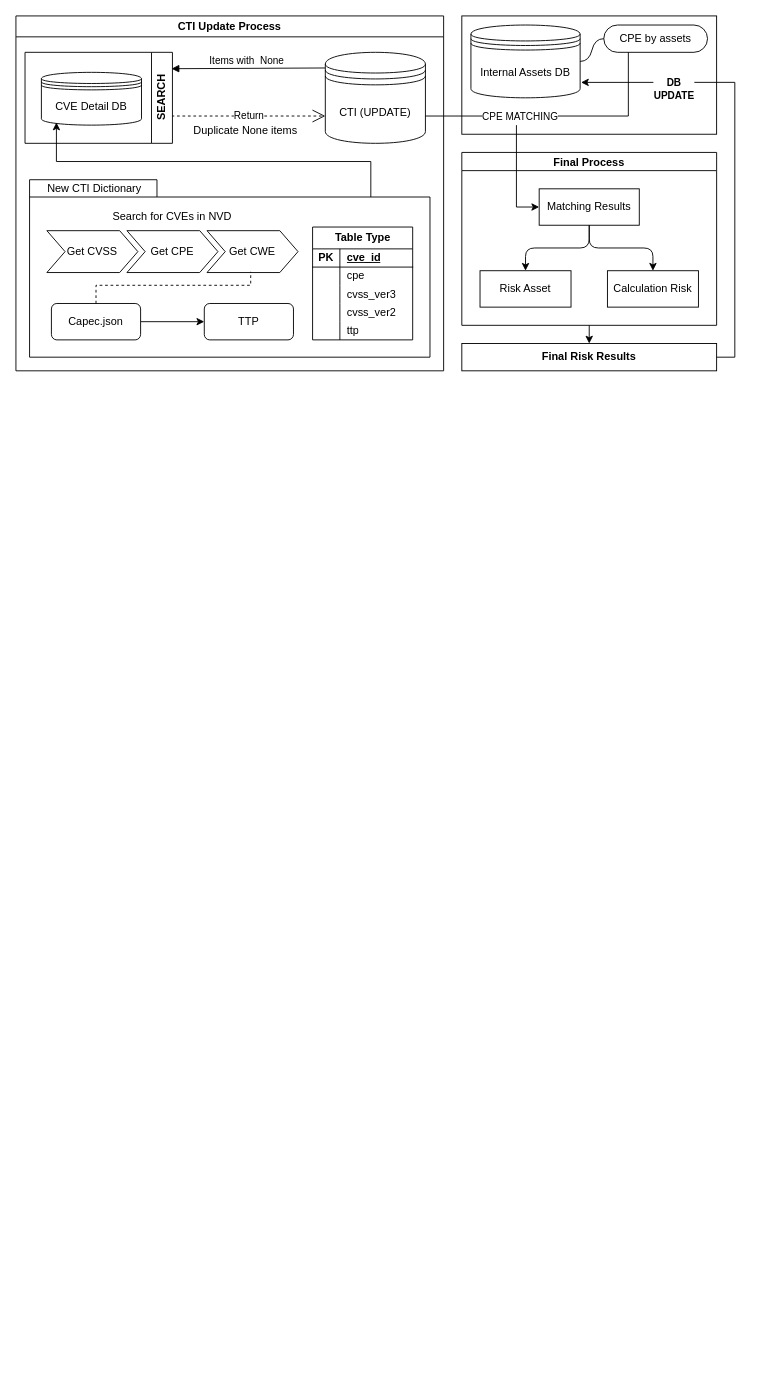
Before: 제목 없는 다이어그램.drawio in hyeonsu666/capston1, a draw.io diagram. Source tidied: cells renumbered, new cells numbered last; positions are measured from the earlier drawing's top-left corner, leaving out a move shared by most shapes. Both pictures are drawn from the tidied source at 91%, with x=0, y=0 at pixel (15, 15).
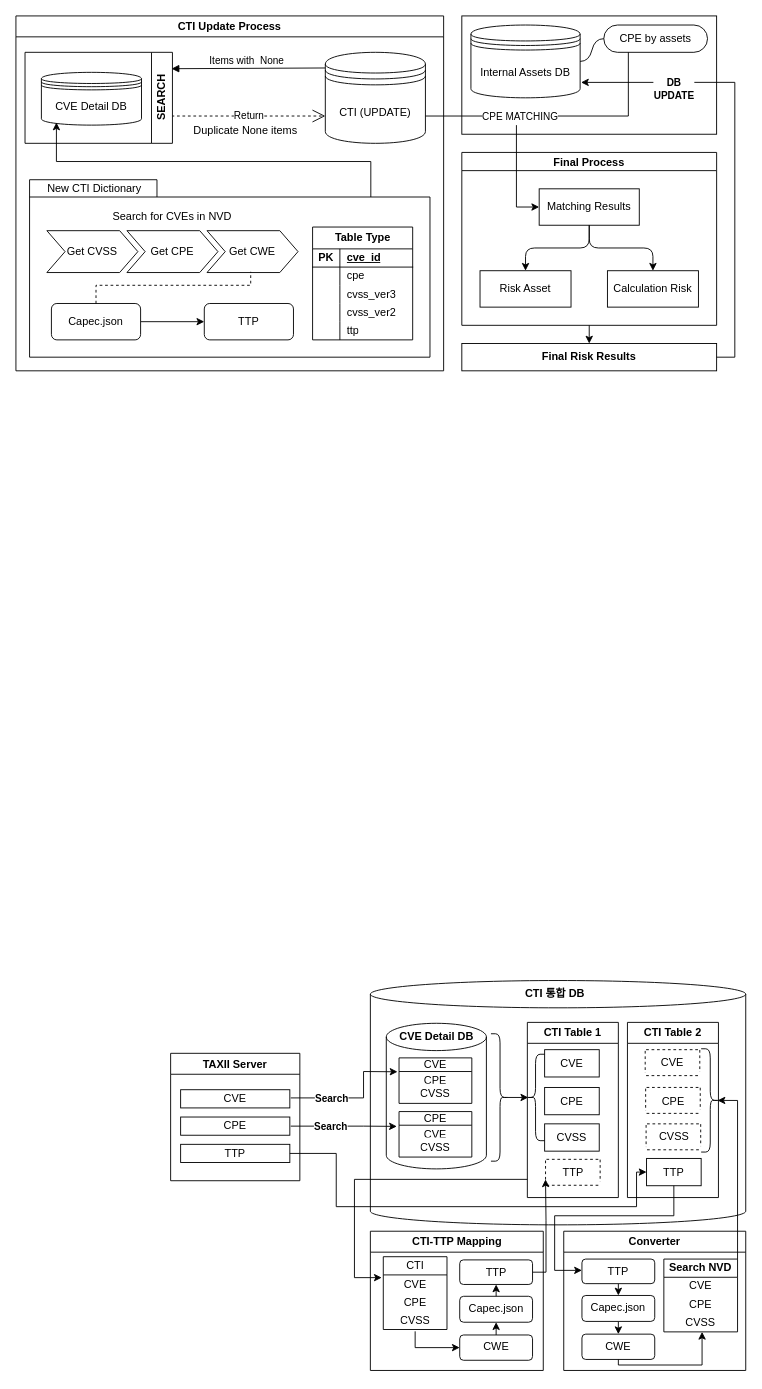
After the change.

Commit message:
제목 없는 다이어그램.drawio 업데이트

Diff of the diagram source:
```diff
@@
+    <mxCell id="53" style="shape=cylinder3;whiteSpace=wrap;html=1;boundedLbl=1;backgroundOutline=1;size=15;" parent="1" vertex="1">
+      <mxGeometry x="389.5" y="1060" width="412.5" height="268.5" as="geometry" />
+    </mxCell>
+    <mxCell id="54" style="shape=cylinder3;whiteSpace=wrap;html=1;boundedLbl=1;backgroundOutline=1;size=15;" parent="1" vertex="1">
+      <mxGeometry x="407" y="1107" width="110" height="160" as="geometry" />
+    </mxCell>
@@
+    <mxCell id="55" value="TAXII Server" style="swimlane;" parent="1" vertex="1">
+      <mxGeometry x="170" y="1140" width="142" height="140" as="geometry" />
+    </mxCell>
+    <mxCell id="56" value="CVE" style="rounded=0;whiteSpace=wrap;html=1;" parent="55" vertex="1">
+      <mxGeometry x="11" y="40" width="120" height="20" as="geometry" />
+    </mxCell>
+    <mxCell id="57" value="CPE" style="rounded=0;whiteSpace=wrap;html=1;" parent="55" vertex="1">
+      <mxGeometry x="11" y="70" width="120" height="20" as="geometry" />
+    </mxCell>
+    <mxCell id="58" value="TTP" style="rounded=0;whiteSpace=wrap;html=1;" parent="55" vertex="1">
+      <mxGeometry x="11" y="100" width="120" height="20" as="geometry" />
+    </mxCell>
+    <mxCell id="59" style="ellipse;whiteSpace=wrap;html=1;align=center;fillColor=none;strokeColor=none;perimeter=centerPerimeter;" parent="1" vertex="1">
+      <mxGeometry x="552" y="1220" width="10" height="10" as="geometry" />
+    </mxCell>
+    <mxCell id="60" value="&lt;b&gt;CVE Detail DB&lt;/b&gt;" style="text;html=1;align=center;verticalAlign=middle;strokeColor=none;fillColor=none;" parent="1" vertex="1">
+      <mxGeometry x="412" y="1107" width="100" height="30" as="geometry" />
+    </mxCell>
+    <mxCell id="61" value="CVE" style="swimlane;fontStyle=0;horizontal=1;startSize=15;whiteSpace=wrap;html=1;" parent="1" vertex="1">
+      <mxGeometry x="421" y="1145" width="80" height="50" as="geometry" />
+    </mxCell>
+    <mxCell id="62" value="CPE" style="text;strokeColor=none;fillColor=none;align=center;verticalAlign=middle;spacingLeft=4;spacingRight=4;overflow=hidden;points=[[0,0.5],[1,0.5]];portConstraint=eastwest;whiteSpace=wrap;html=1;" parent="61" vertex="1">
+      <mxGeometry y="15" width="80" height="15" as="geometry" />
+    </mxCell>
+    <mxCell id="63" value="CVSS" style="text;strokeColor=none;fillColor=none;align=center;verticalAlign=middle;spacingLeft=4;spacingRight=4;overflow=hidden;whiteSpace=wrap;html=1;" parent="61" vertex="1">
+      <mxGeometry y="30" width="80" height="20" as="geometry" />
+    </mxCell>
+    <mxCell id="64" value="CPE" style="swimlane;fontStyle=0;horizontal=1;startSize=15;whiteSpace=wrap;html=1;" parent="1" vertex="1">
+      <mxGeometry x="421" y="1204" width="80" height="50" as="geometry" />
+    </mxCell>
+    <mxCell id="65" value="CVE" style="text;strokeColor=none;fillColor=none;align=center;verticalAlign=middle;spacingLeft=4;spacingRight=4;overflow=hidden;points=[[0,0.5],[1,0.5]];portConstraint=eastwest;whiteSpace=wrap;html=1;" parent="64" vertex="1">
+      <mxGeometry y="15" width="80" height="15" as="geometry" />
+    </mxCell>
+    <mxCell id="66" value="CVSS" style="text;strokeColor=none;fillColor=none;align=center;verticalAlign=middle;spacingLeft=4;spacingRight=4;overflow=hidden;whiteSpace=wrap;html=1;" parent="64" vertex="1">
+      <mxGeometry y="30" width="80" height="20" as="geometry" />
+    </mxCell>
+    <mxCell id="67" style="endArrow=classic;html=1;rounded=0;entryX=-0.021;entryY=0.019;entryDx=0;entryDy=0;entryPerimeter=0;" parent="1" edge="1" target="62">
+      <mxGeometry relative="1" as="geometry">
+        <mxPoint x="302" y="1189" as="sourcePoint" />
+        <Array as="points">
+          <mxPoint x="382" y="1189" />
+          <mxPoint x="382" y="1160" />
+        </Array>
+      </mxGeometry>
+    </mxCell>
+    <mxCell id="68" value="&lt;b&gt;Search&lt;/b&gt;" style="edgeLabel;html=1;align=center;verticalAlign=middle;" parent="67" vertex="1">
+      <mxGeometry relative="1" as="geometry">
+        <mxPoint x="-29" as="offset" />
+      </mxGeometry>
+    </mxCell>
+    <mxCell id="69" style="endArrow=classic;html=1;rounded=0;entryX=-0.03;entryY=0.086;entryDx=0;entryDy=0;entryPerimeter=0;" parent="1" edge="1" target="65">
+      <mxGeometry relative="1" as="geometry">
+        <mxPoint x="302" y="1220" as="sourcePoint" />
+        <Array as="points">
+          <mxPoint x="382" y="1220" />
+        </Array>
+      </mxGeometry>
+    </mxCell>
+    <mxCell id="70" value="&lt;b&gt;Search&lt;/b&gt;" style="edgeLabel;html=1;align=center;verticalAlign=middle;" parent="69" vertex="1">
+      <mxGeometry relative="1" as="geometry">
+        <mxPoint x="-15" as="offset" />
+      </mxGeometry>
+    </mxCell>
+    <mxCell id="71" value="&lt;b&gt;CTI 통합 DB&lt;/b&gt;" style="text;html=1;align=center;verticalAlign=middle;strokeColor=none;fillColor=none;" parent="1" vertex="1">
+      <mxGeometry x="547" y="1060" width="90" height="30" as="geometry" />
+    </mxCell>
+    <mxCell id="72" style="shape=curlyBracket;whiteSpace=wrap;html=1;rounded=1;flipH=1;labelPosition=right;verticalLabelPosition=middle;align=left;verticalAlign=middle;" parent="1" vertex="1">
+      <mxGeometry x="522" y="1118.5" width="20" height="140" as="geometry" />
+    </mxCell>
+    <mxCell id="73" style="edgeStyle=orthogonalEdgeStyle;rounded=0;orthogonalLoop=1;jettySize=auto;html=1;" parent="1" edge="1">
+      <mxGeometry relative="1" as="geometry">
+        <mxPoint x="562" y="1278.5" as="sourcePoint" />
+        <mxPoint x="402" y="1386.5" as="targetPoint" />
+        <Array as="points">
+          <mxPoint x="562" y="1278.5" />
+          <mxPoint x="372" y="1278.5" />
+          <mxPoint x="372" y="1386.5" />
+        </Array>
+      </mxGeometry>
+    </mxCell>
+    <mxCell id="74" value="CTI Table 1" style="swimlane;whiteSpace=wrap;html=1;" parent="1" vertex="1">
+      <mxGeometry x="562" y="1106" width="100" height="192.5" as="geometry" />
+    </mxCell>
+    <mxCell id="75" value="CVE" style="rounded=0;whiteSpace=wrap;html=1;" parent="74" vertex="1">
+      <mxGeometry x="19" y="30" width="60" height="30" as="geometry" />
+    </mxCell>
+    <mxCell id="76" value="CPE" style="rounded=0;whiteSpace=wrap;html=1;" parent="74" vertex="1">
+      <mxGeometry x="19" y="71.5" width="60" height="30" as="geometry" />
+    </mxCell>
+    <mxCell id="77" value="CVSS" style="rounded=0;whiteSpace=wrap;html=1;" parent="74" vertex="1">
+      <mxGeometry x="19" y="111.5" width="60" height="30" as="geometry" />
+    </mxCell>
+    <mxCell id="78" style="shape=curlyBracket;whiteSpace=wrap;html=1;rounded=1;labelPosition=left;verticalLabelPosition=middle;align=right;verticalAlign=middle;" parent="74" vertex="1">
+      <mxGeometry x="-1" y="35" width="20" height="95" as="geometry" />
+    </mxCell>
+    <mxCell id="79" style="endArrow=none;dashed=1;html=1;rounded=0;" parent="74" edge="1">
+      <mxGeometry relative="1" as="geometry">
+        <mxPoint x="21" y="150.5" as="sourcePoint" />
+        <mxPoint x="81" y="150.5" as="targetPoint" />
+      </mxGeometry>
+    </mxCell>
+    <mxCell id="80" style="endArrow=none;dashed=1;html=1;rounded=0;" parent="74" edge="1">
+      <mxGeometry relative="1" as="geometry">
+        <mxPoint x="21" y="179" as="sourcePoint" />
+        <mxPoint x="81" y="179" as="targetPoint" />
+      </mxGeometry>
+    </mxCell>
+    <mxCell id="81" style="endArrow=none;dashed=1;html=1;rounded=0;" parent="74" edge="1">
+      <mxGeometry relative="1" as="geometry">
+        <mxPoint x="20" y="151.8" as="sourcePoint" />
+        <mxPoint x="20" y="176" as="targetPoint" />
+      </mxGeometry>
+    </mxCell>
+    <mxCell id="82" style="endArrow=none;dashed=1;html=1;rounded=0;" parent="74" edge="1">
+      <mxGeometry relative="1" as="geometry">
+        <mxPoint x="80" y="150.8" as="sourcePoint" />
+        <mxPoint x="80" y="175" as="targetPoint" />
+      </mxGeometry>
+    </mxCell>
+    <mxCell id="83" style="edgeStyle=orthogonalEdgeStyle;rounded=0;jettySize=auto;html=1;exitX=0.1;exitY=0.5;exitDx=0;exitDy=0;exitPerimeter=0;entryX=0.1;entryY=0.5;entryDx=0;entryDy=0;entryPerimeter=0;" parent="1" edge="1" source="72" target="78">
+      <mxGeometry relative="1" as="geometry" />
+    </mxCell>
+    <mxCell id="84" value="TTP" style="text;html=1;align=center;verticalAlign=middle;strokeColor=none;fillColor=none;" parent="1" vertex="1">
+      <mxGeometry x="587" y="1255.5" width="50" height="30" as="geometry" />
+    </mxCell>
+    <mxCell id="85" value="CTI Table 2" style="swimlane;whiteSpace=wrap;html=1;" parent="1" vertex="1">
+      <mxGeometry x="672" y="1106" width="100" height="192.5" as="geometry" />
+    </mxCell>
+    <mxCell id="86" value="TTP" style="rounded=0;whiteSpace=wrap;html=1;" parent="85" vertex="1">
+      <mxGeometry x="21" y="149.5" width="60" height="30" as="geometry" />
+    </mxCell>
+    <mxCell id="87" style="endArrow=none;dashed=1;html=1;rounded=0;" parent="85" edge="1">
+      <mxGeometry relative="1" as="geometry">
+        <mxPoint x="20.5" y="30" as="sourcePoint" />
+        <mxPoint x="80.5" y="30" as="targetPoint" />
+      </mxGeometry>
+    </mxCell>
+    <mxCell id="88" style="endArrow=none;dashed=1;html=1;rounded=0;" parent="85" edge="1">
+      <mxGeometry relative="1" as="geometry">
+        <mxPoint x="20.5" y="58.5" as="sourcePoint" />
+        <mxPoint x="80.5" y="58.5" as="targetPoint" />
+      </mxGeometry>
+    </mxCell>
+    <mxCell id="89" style="endArrow=none;dashed=1;html=1;rounded=0;" parent="85" edge="1">
+      <mxGeometry relative="1" as="geometry">
+        <mxPoint x="19.5" y="31.3" as="sourcePoint" />
+        <mxPoint x="19.5" y="55.5" as="targetPoint" />
+      </mxGeometry>
+    </mxCell>
+    <mxCell id="90" style="endArrow=none;dashed=1;html=1;rounded=0;" parent="85" edge="1">
+      <mxGeometry relative="1" as="geometry">
+        <mxPoint x="79.5" y="30.3" as="sourcePoint" />
+        <mxPoint x="79.5" y="54.5" as="targetPoint" />
+      </mxGeometry>
+    </mxCell>
+    <mxCell id="91" style="endArrow=none;dashed=1;html=1;rounded=0;" parent="85" edge="1">
+      <mxGeometry relative="1" as="geometry">
+        <mxPoint x="21" y="71.5" as="sourcePoint" />
+        <mxPoint x="81" y="71.5" as="targetPoint" />
+      </mxGeometry>
+    </mxCell>
+    <mxCell id="92" style="endArrow=none;dashed=1;html=1;rounded=0;" parent="85" edge="1">
+      <mxGeometry relative="1" as="geometry">
+        <mxPoint x="21" y="100" as="sourcePoint" />
+        <mxPoint x="81" y="100" as="targetPoint" />
+      </mxGeometry>
+    </mxCell>
+    <mxCell id="93" style="endArrow=none;dashed=1;html=1;rounded=0;" parent="85" edge="1">
+      <mxGeometry relative="1" as="geometry">
+        <mxPoint x="20" y="72.8" as="sourcePoint" />
+        <mxPoint x="20" y="97" as="targetPoint" />
+      </mxGeometry>
+    </mxCell>
+    <mxCell id="94" style="endArrow=none;dashed=1;html=1;rounded=0;" parent="85" edge="1">
+      <mxGeometry relative="1" as="geometry">
+        <mxPoint x="80" y="71.8" as="sourcePoint" />
+        <mxPoint x="80" y="96" as="targetPoint" />
+      </mxGeometry>
+    </mxCell>
+    <mxCell id="95" style="endArrow=none;dashed=1;html=1;rounded=0;" parent="85" edge="1">
+      <mxGeometry relative="1" as="geometry">
+        <mxPoint x="21.5" y="111.5" as="sourcePoint" />
+        <mxPoint x="81.5" y="111.5" as="targetPoint" />
+      </mxGeometry>
+    </mxCell>
+    <mxCell id="96" style="endArrow=none;dashed=1;html=1;rounded=0;" parent="85" edge="1">
+      <mxGeometry relative="1" as="geometry">
+        <mxPoint x="21.5" y="140" as="sourcePoint" />
+        <mxPoint x="81.5" y="140" as="targetPoint" />
+      </mxGeometry>
+    </mxCell>
+    <mxCell id="97" style="endArrow=none;dashed=1;html=1;rounded=0;" parent="85" edge="1">
+      <mxGeometry relative="1" as="geometry">
+        <mxPoint x="20.5" y="112.8" as="sourcePoint" />
+        <mxPoint x="20.5" y="137" as="targetPoint" />
+      </mxGeometry>
+    </mxCell>
+    <mxCell id="98" style="endArrow=none;dashed=1;html=1;rounded=0;" parent="85" edge="1">
+      <mxGeometry relative="1" as="geometry">
+        <mxPoint x="80.5" y="111.8" as="sourcePoint" />
+        <mxPoint x="80.5" y="136" as="targetPoint" />
+      </mxGeometry>
+    </mxCell>
+    <mxCell id="99" value="CPE" style="text;html=1;align=center;verticalAlign=middle;strokeColor=none;fillColor=none;" parent="85" vertex="1">
+      <mxGeometry x="25" y="71.5" width="50" height="30" as="geometry" />
+    </mxCell>
+    <mxCell id="100" value="CVE" style="text;html=1;align=center;verticalAlign=middle;strokeColor=none;fillColor=none;" parent="1" vertex="1">
+      <mxGeometry x="696" y="1135" width="50" height="30" as="geometry" />
+    </mxCell>
+    <mxCell id="101" value="CVSS" style="text;html=1;align=center;verticalAlign=middle;strokeColor=none;fillColor=none;" parent="1" vertex="1">
+      <mxGeometry x="693" y="1217" width="60" height="30" as="geometry" />
+    </mxCell>
+    <mxCell id="102" value="CTI-TTP Mapping" style="swimlane;whiteSpace=wrap;html=1;" parent="1" vertex="1">
+      <mxGeometry x="389.5" y="1335.5" width="190" height="153" as="geometry" />
+    </mxCell>
+    <mxCell id="103" style="edgeStyle=orthogonalEdgeStyle;rounded=0;jettySize=auto;html=1;exitX=0.5;exitY=1.1;exitDx=0;exitDy=0;exitPerimeter=0;entryX=0;entryY=0.5;entryDx=0;entryDy=0;" parent="102" edge="1" source="107" target="110">
+      <mxGeometry relative="1" as="geometry">
+        <Array as="points">
+          <mxPoint x="49" y="128" />
+        </Array>
+      </mxGeometry>
+    </mxCell>
+    <mxCell id="104" value="CTI" style="swimlane;fontStyle=0;horizontal=1;startSize=20;whiteSpace=wrap;html=1;" parent="102" vertex="1">
+      <mxGeometry x="14.2" y="28" width="70" height="80" as="geometry" />
+    </mxCell>
+    <mxCell id="105" value="CVE" style="text;strokeColor=none;fillColor=none;align=center;verticalAlign=middle;spacingLeft=4;spacingRight=4;overflow=hidden;whiteSpace=wrap;html=1;" parent="104" vertex="1">
+      <mxGeometry y="20" width="70" height="20" as="geometry" />
+    </mxCell>
+    <mxCell id="106" value="CPE" style="text;strokeColor=none;fillColor=none;align=center;verticalAlign=middle;spacingLeft=4;spacingRight=4;overflow=hidden;whiteSpace=wrap;html=1;" parent="104" vertex="1">
+      <mxGeometry y="40" width="70" height="20" as="geometry" />
+    </mxCell>
+    <mxCell id="107" value="CVSS" style="text;strokeColor=none;fillColor=none;align=center;verticalAlign=middle;spacingLeft=4;spacingRight=4;overflow=hidden;points=[[0,0.5],[1,0.5]];portConstraint=eastwest;whiteSpace=wrap;html=1;" parent="104" vertex="1">
+      <mxGeometry y="60" width="70" height="20" as="geometry" />
+    </mxCell>
+    <mxCell id="108" style="edgeStyle=orthogonalEdgeStyle;rounded=0;jettySize=auto;html=1;exitX=1;exitY=0.5;exitDx=0;exitDy=0;" parent="102" edge="1" source="109">
+      <mxGeometry relative="1" as="geometry">
+        <mxPoint x="192.5" y="-57" as="targetPoint" />
+        <Array as="points">
+          <mxPoint x="193" y="45" />
+          <mxPoint x="193" y="-12" />
+        </Array>
+      </mxGeometry>
+    </mxCell>
+    <mxCell id="109" value="TTP" style="rounded=1;whiteSpace=wrap;html=1;" parent="102" vertex="1">
+      <mxGeometry x="98.2" y="31.5" width="80" height="27" as="geometry" />
+    </mxCell>
+    <mxCell id="110" value="CWE" style="rounded=1;whiteSpace=wrap;html=1;" parent="102" vertex="1">
+      <mxGeometry x="98.2" y="114" width="80" height="27.8" as="geometry" />
+    </mxCell>
+    <mxCell id="111" value="Capec.json" style="rounded=1;whiteSpace=wrap;html=1;" parent="102" vertex="1">
+      <mxGeometry x="98.2" y="71.5" width="80" height="28.5" as="geometry" />
+    </mxCell>
+    <mxCell id="112" style="edgeStyle=orthogonalEdgeStyle;rounded=0;jettySize=auto;html=1;exitX=0.5;exitY=0;exitDx=0;exitDy=0;entryX=0.5;entryY=1;entryDx=0;entryDy=0;" parent="102" edge="1" source="110" target="111">
+      <mxGeometry relative="1" as="geometry" />
+    </mxCell>
+    <mxCell id="113" style="edgeStyle=orthogonalEdgeStyle;rounded=0;jettySize=auto;html=1;exitX=0.5;exitY=0;exitDx=0;exitDy=0;entryX=0.5;entryY=1;entryDx=0;entryDy=0;" parent="102" edge="1" source="111" target="109">
+      <mxGeometry relative="1" as="geometry" />
+    </mxCell>
+    <mxCell id="114" value="Converter" style="swimlane;whiteSpace=wrap;html=1;startSize=23;" parent="1" vertex="1">
+      <mxGeometry x="602" y="1335.5" width="200" height="153" as="geometry" />
+    </mxCell>
+    <mxCell id="115" style="edgeStyle=orthogonalEdgeStyle;rounded=0;jettySize=auto;html=1;exitX=0.5;exitY=1;exitDx=0;exitDy=0;entryX=0.5;entryY=0;entryDx=0;entryDy=0;" parent="114" edge="1" source="116" target="119">
+      <mxGeometry relative="1" as="geometry" />
+    </mxCell>
+    <mxCell id="116" value="TTP" style="rounded=1;whiteSpace=wrap;html=1;" parent="114" vertex="1">
+      <mxGeometry x="20" y="30.6" width="80" height="27" as="geometry" />
+    </mxCell>
+    <mxCell id="117" value="CWE" style="rounded=1;whiteSpace=wrap;html=1;" parent="114" vertex="1">
+      <mxGeometry x="20" y="113.1" width="80" height="27.8" as="geometry" />
+    </mxCell>
+    <mxCell id="118" style="edgeStyle=orthogonalEdgeStyle;rounded=0;jettySize=auto;html=1;exitX=0.5;exitY=1;exitDx=0;exitDy=0;entryX=0.5;entryY=0;entryDx=0;entryDy=0;" parent="114" edge="1" source="119" target="117">
+      <mxGeometry relative="1" as="geometry" />
+    </mxCell>
+    <mxCell id="119" value="Capec.json" style="rounded=1;whiteSpace=wrap;html=1;" parent="114" vertex="1">
+      <mxGeometry x="20" y="70.6" width="80" height="28.5" as="geometry" />
+    </mxCell>
+    <mxCell id="120" value="&lt;b&gt;Search NVD&lt;/b&gt;" style="swimlane;fontStyle=0;horizontal=1;startSize=20;whiteSpace=wrap;html=1;" parent="114" vertex="1">
+      <mxGeometry x="110" y="30.6" width="81" height="80" as="geometry" />
+    </mxCell>
+    <mxCell id="121" value="CVE" style="text;strokeColor=none;fillColor=none;align=center;verticalAlign=middle;spacingLeft=4;spacingRight=4;overflow=hidden;whiteSpace=wrap;html=1;" parent="120" vertex="1">
+      <mxGeometry y="20" width="81" height="20" as="geometry" />
+    </mxCell>
+    <mxCell id="122" value="CPE" style="text;strokeColor=none;fillColor=none;align=center;verticalAlign=middle;spacingLeft=4;spacingRight=4;overflow=hidden;whiteSpace=wrap;html=1;" parent="120" vertex="1">
+      <mxGeometry y="40" width="81" height="20" as="geometry" />
+    </mxCell>
+    <mxCell id="123" value="CVSS" style="text;strokeColor=none;fillColor=none;align=center;verticalAlign=middle;spacingLeft=4;spacingRight=4;overflow=hidden;points=[[0,0.5],[1,0.5]];portConstraint=eastwest;whiteSpace=wrap;html=1;" parent="120" vertex="1">
+      <mxGeometry y="60" width="81" height="20" as="geometry" />
+    </mxCell>
+    <mxCell id="124" style="edgeStyle=orthogonalEdgeStyle;rounded=0;jettySize=auto;html=1;" parent="114" edge="1" source="117" target="123">
+      <mxGeometry relative="1" as="geometry">
+        <Array as="points">
+          <mxPoint x="60" y="147" />
+          <mxPoint x="152" y="147" />
+        </Array>
+      </mxGeometry>
+    </mxCell>
+    <mxCell id="125" style="edgeStyle=orthogonalEdgeStyle;rounded=0;jettySize=auto;html=1;exitX=1;exitY=0.5;exitDx=0;exitDy=0;entryX=0;entryY=0.5;entryDx=0;entryDy=0;" parent="1" edge="1" source="58" target="86">
+      <mxGeometry relative="1" as="geometry">
+        <Array as="points">
+          <mxPoint x="352" y="1249.5" />
+          <mxPoint x="352" y="1308.5" />
+          <mxPoint x="682" y="1308.5" />
+          <mxPoint x="682" y="1270.5" />
+        </Array>
+      </mxGeometry>
+    </mxCell>
+    <mxCell id="126" style="edgeStyle=orthogonalEdgeStyle;rounded=0;jettySize=auto;html=1;exitX=0.5;exitY=1;exitDx=0;exitDy=0;" parent="1" edge="1" source="86">
+      <mxGeometry relative="1" as="geometry">
+        <mxPoint x="622" y="1378.5" as="targetPoint" />
+        <Array as="points">
+          <mxPoint x="723" y="1318.5" />
+          <mxPoint x="592" y="1318.5" />
+          <mxPoint x="592" y="1378.5" />
+        </Array>
+      </mxGeometry>
+    </mxCell>
+    <mxCell id="127" style="shape=curlyBracket;whiteSpace=wrap;html=1;rounded=1;flipH=1;labelPosition=right;verticalLabelPosition=middle;align=left;verticalAlign=middle;" parent="1" vertex="1">
+      <mxGeometry x="753" y="1135" width="20" height="113.5" as="geometry" />
+    </mxCell>
+    <mxCell id="128" style="edgeStyle=orthogonalEdgeStyle;rounded=0;jettySize=auto;html=1;exitX=1;exitY=0;exitDx=0;exitDy=0;entryX=0.1;entryY=0.5;entryDx=0;entryDy=0;entryPerimeter=0;" parent="1" edge="1" source="120" target="127">
+      <mxGeometry relative="1" as="geometry">
+        <Array as="points">
+          <mxPoint x="793" y="1191.5" />
+        </Array>
+      </mxGeometry>
+    </mxCell>
```
